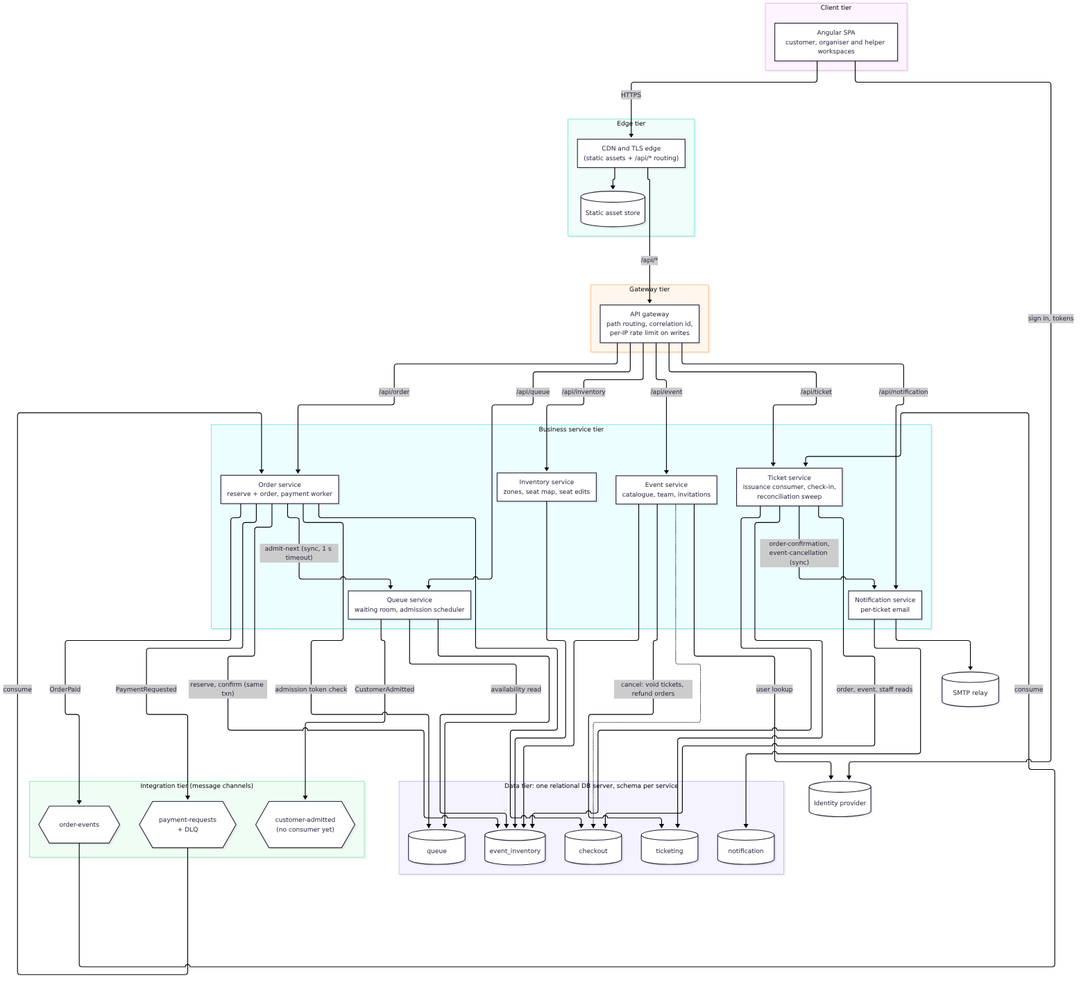
Earlier version of the Mermaid export diagrams/rendered/02-logical-deployment.png (nus-mtech-grp1-sem2/docs). Its source is kept beside it as diagrams/src/02-logical-deployment.mmd.
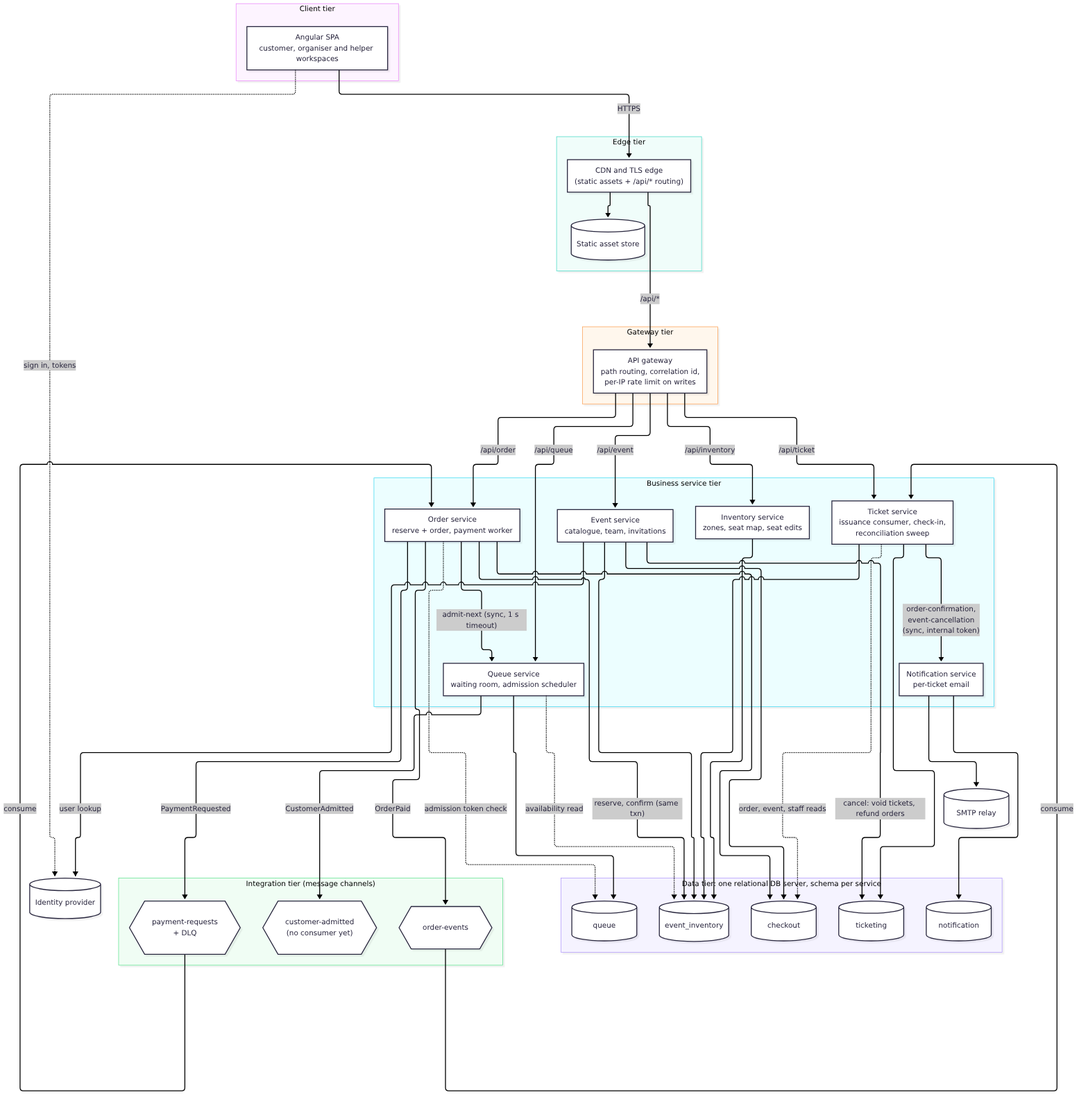
Later version of the same file.

Diff of the diagram source:
```diff
@@ -48,7 +48,6 @@
     GW -->|/api/queue| Q
     GW -->|/api/order| ORD
     GW -->|/api/ticket| TKT
-    GW -->|/api/notification| NTF
 
     EV --> S_EI
     INV --> S_EI
@@ -71,6 +70,6 @@
     OE -->|consume| TKT
     Q -->|CustomerAdmitted| CA
     ORD -->|"admit-next (sync, 1 s timeout)"| Q
-    TKT -->|"order-confirmation,<br/>event-cancellation (sync)"| NTF
+    TKT -->|"order-confirmation,<br/>event-cancellation<br/>(sync, internal token)"| NTF
     NTF --> Mail
     EV -->|"user lookup"| IdP
```
